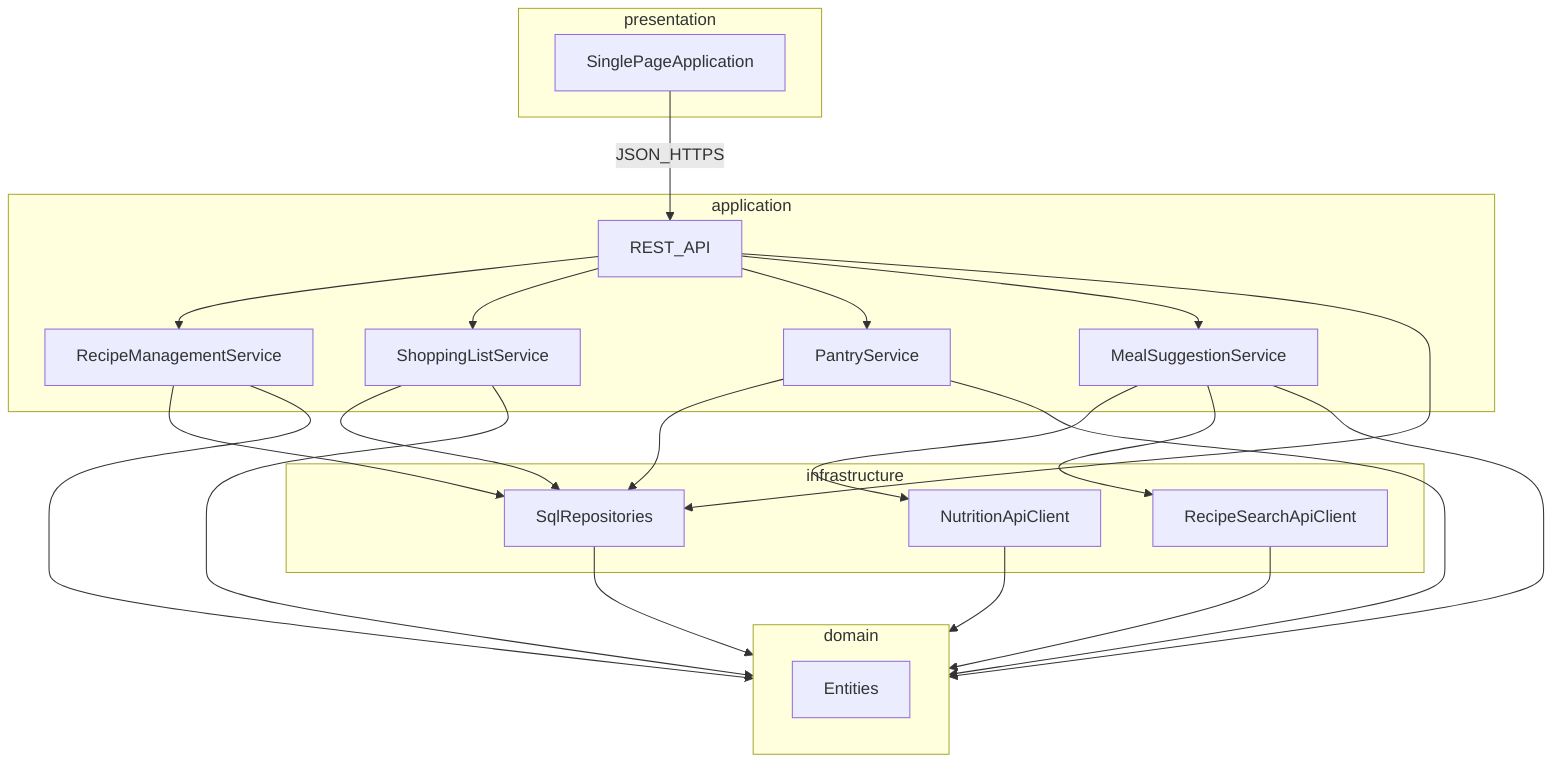
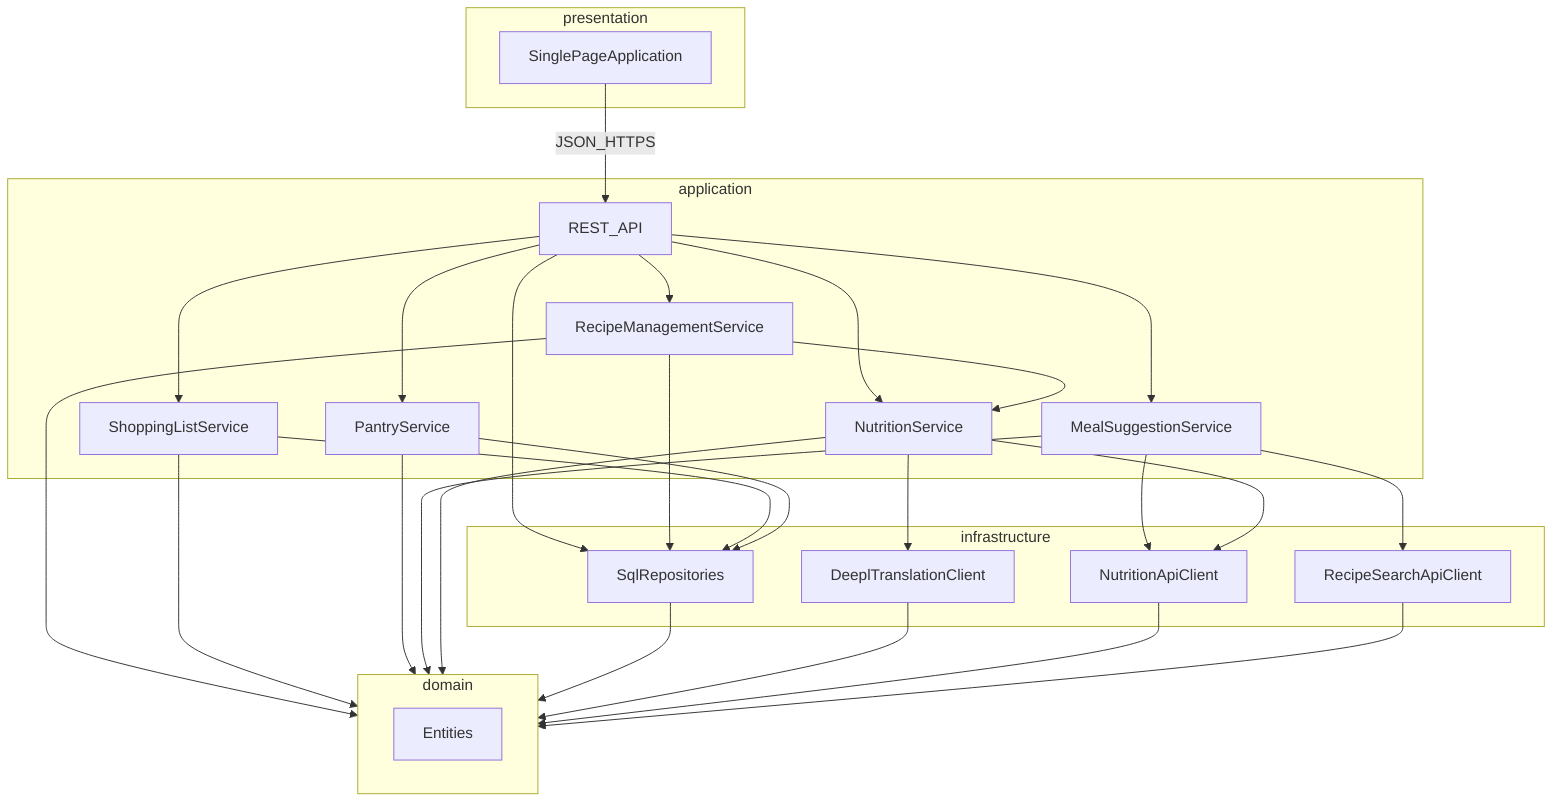
flowchart TB
    subgraph presentation["presentation"]
        spa[SinglePageApplication]
    end

    subgraph application["application"]
        rest[REST_API]
        recipeSvc[RecipeManagementService]
        shoppingSvc[ShoppingListService]
        pantrySvc[PantryService]
        sugg[MealSuggestionService]
+         nutritionSvc[NutritionService]
    end

    subgraph domain["domain"]
        entities[Entities]
    end

    subgraph infrastructure["infrastructure"]
        repos[SqlRepositories]
+         deepl[DeeplTranslationClient]
        nut[NutritionApiClient]
        recsearch[RecipeSearchApiClient]
    end

    spa -->|JSON_HTTPS| rest
    rest --> recipeSvc
    rest --> shoppingSvc
    rest --> pantrySvc
    rest --> sugg
+     rest --> nutritionSvc
    recipeSvc --> domain
    shoppingSvc --> domain
    pantrySvc --> domain
    sugg --> domain
    rest --> repos
    recipeSvc --> repos
    shoppingSvc --> repos
    pantrySvc --> repos
    sugg --> nut
    sugg --> recsearch
+     nutritionSvc --> deepl
+     nutritionSvc --> nut
+     nutritionSvc --> domain
+     recipeSvc --> nutritionSvc
    repos --> domain
+     deepl --> domain
    nut --> domain
    recsearch --> domain